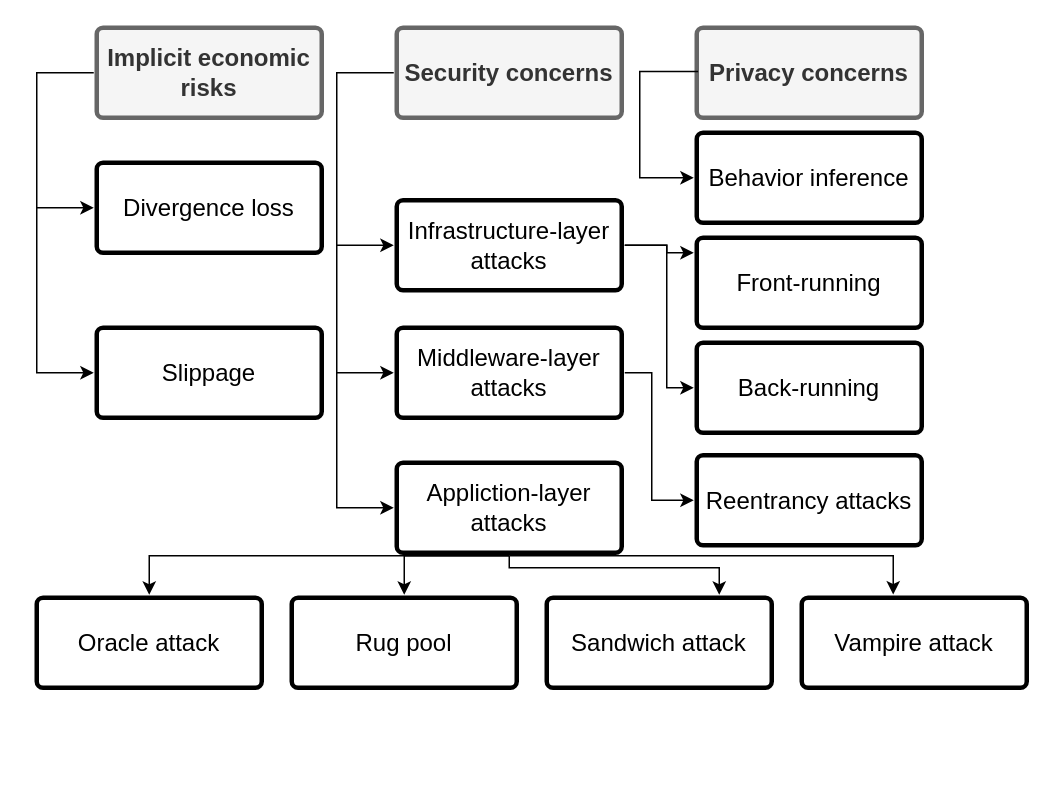
Before: page "security" (4 of 5) of assets/amm-pool.drawio in xujiahuayz/bondingcurves, a draw.io diagram. Source tidied: cells renumbered, new cells numbered last; positions are measured from the earlier drawing's top-left corner, leaving out a move shared by most shapes. Both pictures are drawn from the tidied source at 150%, with x=0, y=0 at pixel (36, 27).
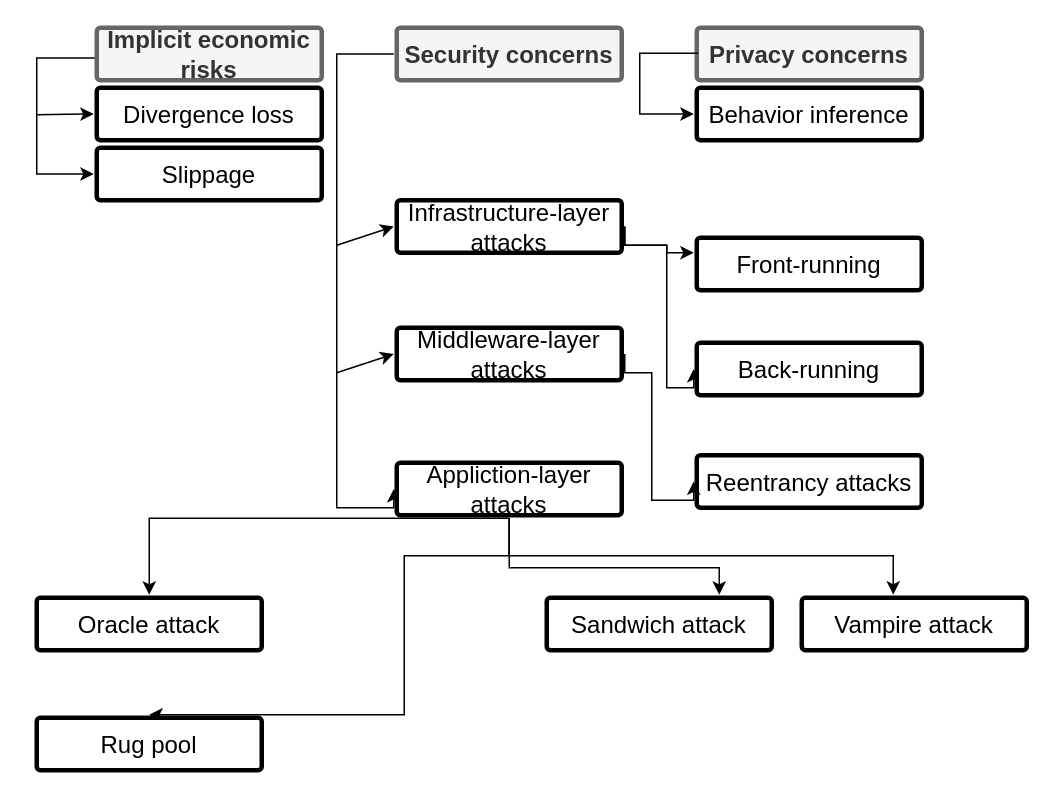
The same diagram, later.

Change to the diagram source:
```diff
@@
-    <mxCell id="2" style="edgeStyle=orthogonalEdgeStyle;rounded=0;jettySize=auto;html=1;exitX=0;exitY=0.5;exitDx=0;exitDy=0;entryX=0;entryY=0.5;entryDx=0;entryDy=0;labelBackgroundColor=none;" parent="1" edge="1" source="3" target="5">
+    <mxCell id="2" style="edgeStyle=orthogonalEdgeStyle;rounded=0;jettySize=auto;html=1;entryX=0;entryY=0.5;entryDx=0;entryDy=0;labelBackgroundColor=none;exitX=0.006;exitY=0.567;exitDx=0;exitDy=0;exitPerimeter=0;" parent="1" edge="1" source="3" target="5">
       <mxGeometry relative="1" as="geometry">
         <Array as="points">
-          <mxPoint y="30" />
-          <mxPoint y="230" />
+          <mxPoint y="20" />
+          <mxPoint y="98" />
         </Array>
       </mxGeometry>
     </mxCell>
     <mxCell id="3" value="Implicit economic risks" style="rounded=1;whiteSpace=wrap;html=1;shadow=0;labelBackgroundColor=none;strokeWidth=3;fontFamily=Helvetica;fontSize=16;align=center;spacing=5;fontStyle=1;arcSize=7;perimeterSpacing=2;fillColor=#f5f5f5;strokeColor=#666666;fontColor=#333333;" parent="1" vertex="1">
-      <mxGeometry x="40" width="150" height="60" as="geometry" />
+      <mxGeometry x="40" width="150" height="35" as="geometry" />
     </mxCell>
     <mxCell id="4" value="Divergence loss" style="rounded=1;whiteSpace=wrap;html=1;shadow=0;labelBackgroundColor=none;strokeWidth=3;fontFamily=Helvetica;fontSize=16;align=center;spacing=5;fontStyle=0;arcSize=7;perimeterSpacing=2;" parent="1" vertex="1">
-      <mxGeometry x="40" y="90" width="150" height="60" as="geometry" />
+      <mxGeometry x="40" y="40" width="150" height="35" as="geometry" />
     </mxCell>
     <mxCell id="5" value="Slippage" style="rounded=1;whiteSpace=wrap;html=1;shadow=0;labelBackgroundColor=none;strokeWidth=3;fontFamily=Helvetica;fontSize=16;align=center;spacing=5;fontStyle=0;arcSize=7;perimeterSpacing=2;" parent="1" vertex="1">
-      <mxGeometry x="40" y="200" width="150" height="60" as="geometry" />
+      <mxGeometry x="40" y="80" width="150" height="35" as="geometry" />
     </mxCell>
     <mxCell id="6" value="Oracle attack" style="rounded=1;whiteSpace=wrap;html=1;shadow=0;labelBackgroundColor=none;strokeWidth=3;fontFamily=Helvetica;fontSize=16;align=center;spacing=5;arcSize=7;perimeterSpacing=2;" parent="1" vertex="1">
-      <mxGeometry y="380" width="150" height="60" as="geometry" />
+      <mxGeometry y="380" width="150" height="35" as="geometry" />
     </mxCell>
     <mxCell id="7" value="Reentrancy attacks" style="rounded=1;whiteSpace=wrap;html=1;shadow=0;labelBackgroundColor=none;strokeWidth=3;fontFamily=Helvetica;fontSize=16;align=center;spacing=5;arcSize=7;perimeterSpacing=2;" parent="1" vertex="1">
-      <mxGeometry x="440" y="285" width="150" height="60" as="geometry" />
+      <mxGeometry x="440" y="285" width="150" height="35" as="geometry" />
     </mxCell>
     <mxCell id="8" value="Privacy concerns" style="rounded=1;whiteSpace=wrap;html=1;shadow=0;labelBackgroundColor=none;strokeWidth=3;fontFamily=Helvetica;fontSize=16;align=center;spacing=5;fontStyle=1;arcSize=7;perimeterSpacing=2;fillColor=#f5f5f5;strokeColor=#666666;fontColor=#333333;" parent="1" vertex="1">
-      <mxGeometry x="440" width="150" height="60" as="geometry" />
+      <mxGeometry x="440" width="150" height="35" as="geometry" />
     </mxCell>
     <mxCell id="9" style="endArrow=classic;html=1;labelBackgroundColor=none;entryX=0;entryY=0.5;entryDx=0;entryDy=0;" parent="1" edge="1" target="4">
       <mxGeometry relative="1" as="geometry">
-        <mxPoint y="120" as="sourcePoint" />
+        <mxPoint y="58" as="sourcePoint" />
       </mxGeometry>
     </mxCell>
     <mxCell id="10" style="edgeStyle=orthogonalEdgeStyle;rounded=0;jettySize=auto;html=1;exitX=0;exitY=0.5;exitDx=0;exitDy=0;entryX=0;entryY=0.5;entryDx=0;entryDy=0;labelBackgroundColor=none;" parent="1" edge="1" source="11" target="20">
       <mxGeometry relative="1" as="geometry">
         <Array as="points">
-          <mxPoint x="200" y="30" />
+          <mxPoint x="200" y="18" />
           <mxPoint x="200" y="320" />
+          <mxPoint x="238" y="320" />
         </Array>
       </mxGeometry>
     </mxCell>
     <mxCell id="11" value="Security concerns" style="rounded=1;whiteSpace=wrap;html=1;shadow=0;labelBackgroundColor=none;strokeWidth=3;fontFamily=Helvetica;fontSize=16;align=center;spacing=5;fontStyle=1;arcSize=7;perimeterSpacing=2;fillColor=#f5f5f5;strokeColor=#666666;fontColor=#333333;" parent="1" vertex="1">
-      <mxGeometry x="240" width="150" height="60" as="geometry" />
+      <mxGeometry x="240" width="150" height="35" as="geometry" />
     </mxCell>
@@
     <mxCell id="13" value="Infrastructure-layer attacks" style="rounded=1;whiteSpace=wrap;html=1;shadow=0;labelBackgroundColor=none;strokeWidth=3;fontFamily=Helvetica;fontSize=16;align=center;spacing=5;fontStyle=0;arcSize=7;perimeterSpacing=2;" parent="1" vertex="1">
-      <mxGeometry x="240" y="115" width="150" height="60" as="geometry" />
+      <mxGeometry x="240" y="115" width="150" height="35" as="geometry" />
     </mxCell>
@@
     <mxCell id="20" value="Appliction-layer attacks" style="rounded=1;whiteSpace=wrap;html=1;shadow=0;labelBackgroundColor=none;strokeWidth=3;fontFamily=Helvetica;fontSize=16;align=center;spacing=5;fontStyle=0;arcSize=7;perimeterSpacing=2;" parent="1" vertex="1">
-      <mxGeometry x="240" y="290" width="150" height="60" as="geometry" />
+      <mxGeometry x="240" y="290" width="150" height="35" as="geometry" />
     </mxCell>
@@
     <mxCell id="22" value="Rug pool" style="rounded=1;whiteSpace=wrap;html=1;shadow=0;labelBackgroundColor=none;strokeWidth=3;fontFamily=Helvetica;fontSize=16;align=center;spacing=5;arcSize=7;perimeterSpacing=2;" parent="1" vertex="1">
-      <mxGeometry x="170" y="380" width="150" height="60" as="geometry" />
+      <mxGeometry y="460" width="150" height="35" as="geometry" />
     </mxCell>
     <mxCell id="23" value="Front-running" style="rounded=1;whiteSpace=wrap;html=1;shadow=0;labelBackgroundColor=none;strokeWidth=3;fontFamily=Helvetica;fontSize=16;align=center;spacing=5;arcSize=7;perimeterSpacing=2;" parent="1" vertex="1">
-      <mxGeometry x="440" y="140" width="150" height="60" as="geometry" />
+      <mxGeometry x="440" y="140" width="150" height="35" as="geometry" />
     </mxCell>
     <mxCell id="24" value="Back-running" style="rounded=1;whiteSpace=wrap;html=1;shadow=0;labelBackgroundColor=none;strokeWidth=3;fontFamily=Helvetica;fontSize=16;align=center;spacing=5;arcSize=7;perimeterSpacing=2;" parent="1" vertex="1">
-      <mxGeometry x="440" y="210" width="150" height="60" as="geometry" />
+      <mxGeometry x="440" y="210" width="150" height="35" as="geometry" />
     </mxCell>
     <mxCell id="25" value="Sandwich attack" style="rounded=1;whiteSpace=wrap;html=1;shadow=0;labelBackgroundColor=none;strokeWidth=3;fontFamily=Helvetica;fontSize=16;align=center;spacing=5;arcSize=7;perimeterSpacing=2;" parent="1" vertex="1">
-      <mxGeometry x="340" y="380" width="150" height="60" as="geometry" />
+      <mxGeometry x="340" y="380" width="150" height="35" as="geometry" />
     </mxCell>
     <mxCell id="26" value="Vampire attack" style="rounded=1;whiteSpace=wrap;html=1;shadow=0;labelBackgroundColor=none;strokeWidth=3;fontFamily=Helvetica;fontSize=16;align=center;spacing=5;arcSize=7;perimeterSpacing=2;" parent="1" vertex="1">
-      <mxGeometry x="510" y="380" width="150" height="60" as="geometry" />
+      <mxGeometry x="510" y="380" width="150" height="35" as="geometry" />
     </mxCell>
     <mxCell id="27" value="Middleware-layer attacks" style="rounded=1;whiteSpace=wrap;html=1;shadow=0;labelBackgroundColor=none;strokeWidth=3;fontFamily=Helvetica;fontSize=16;align=center;spacing=5;fontStyle=0;arcSize=7;perimeterSpacing=2;" parent="1" vertex="1">
-      <mxGeometry x="240" y="200" width="150" height="60" as="geometry" />
+      <mxGeometry x="240" y="200" width="150" height="35" as="geometry" />
     </mxCell>
@@
     <mxCell id="29" value="Behavior inference" style="rounded=1;whiteSpace=wrap;html=1;shadow=0;labelBackgroundColor=none;strokeWidth=3;fontFamily=Helvetica;fontSize=16;align=center;spacing=5;arcSize=7;perimeterSpacing=2;" parent="1" vertex="1">
-      <mxGeometry x="440" y="70" width="150" height="60" as="geometry" />
+      <mxGeometry x="440" y="40" width="150" height="35" as="geometry" />
     </mxCell>
-    <mxCell id="30" style="edgeStyle=orthogonalEdgeStyle;rounded=0;jettySize=auto;html=1;exitX=0.019;exitY=0.488;exitDx=0;exitDy=0;labelBackgroundColor=none;exitPerimeter=0;" parent="1" edge="1" source="8" target="29">
+    <mxCell id="30" style="edgeStyle=orthogonalEdgeStyle;rounded=0;jettySize=auto;html=1;exitX=0.019;exitY=0.488;exitDx=0;exitDy=0;labelBackgroundColor=none;exitPerimeter=0;entryX=0;entryY=0.5;entryDx=0;entryDy=0;" parent="1" edge="1" source="8" target="29">
       <mxGeometry relative="1" as="geometry">
         <Array as="points">
-          <mxPoint x="402" y="29" />
-          <mxPoint x="402" y="100" />
+          <mxPoint x="402" y="17" />
+          <mxPoint x="402" y="58" />
         </Array>
       </mxGeometry>
     </mxCell>
```
